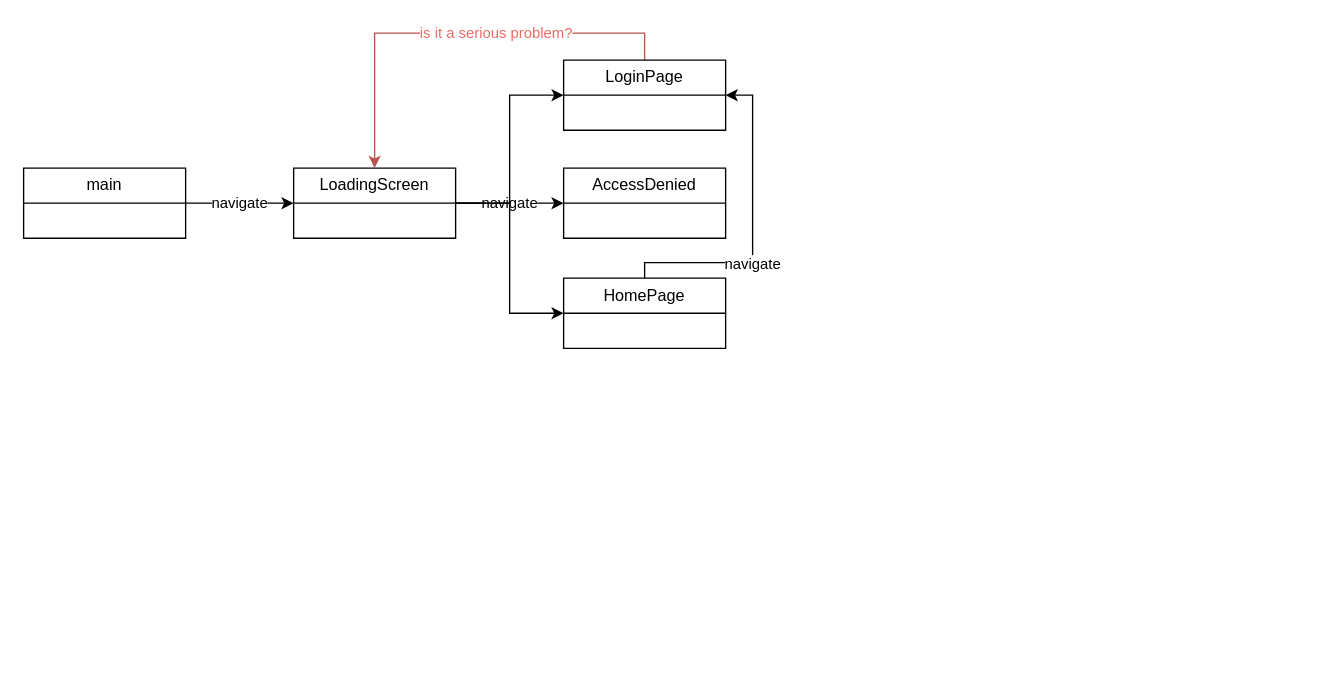
Earlier version of the draw.io diagram docs/class_diagram.drawio (JD1411GH/nitya_seva). Source tidied: cells renumbered, new cells numbered last; positions are measured from the earlier drawing's top-left corner, leaving out a move shared by most shapes. Both pictures are drawn from the tidied source at 135%, with x=0, y=0 at pixel (23, 59).
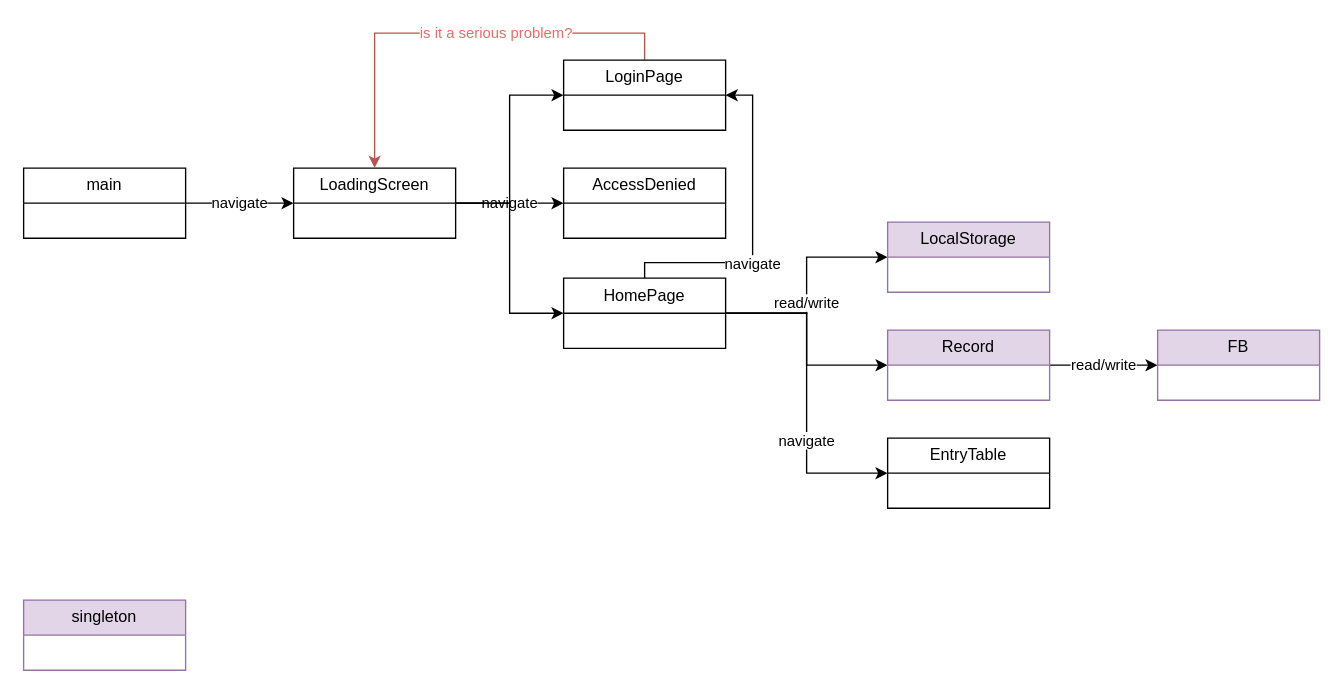
After the change.

The change refers to these unchanged cells:
```xml
<mxCell id="12" value="HomePage" style="swimlane;fontStyle=0;horizontal=1;startSize=26;fillColor=none;whiteSpace=wrap;html=1;" parent="1" vertex="1">
  <mxGeometry x="400" y="161.5" width="120" height="52" as="geometry" />
</mxCell>
```

Change to the diagram source:
```diff
@@
+    <mxCell id="13" value="read/write" style="edgeStyle=orthogonalEdgeStyle;rounded=0;jettySize=auto;html=1;exitX=1;exitY=0.5;exitDx=0;exitDy=0;entryX=0;entryY=0.5;entryDx=0;entryDy=0;" parent="1" edge="1" source="12" target="16">
+      <mxGeometry x="-0.16" relative="1" as="geometry" />
+    </mxCell>
+    <mxCell id="14" style="edgeStyle=orthogonalEdgeStyle;rounded=0;jettySize=auto;html=1;exitX=1;exitY=0.5;exitDx=0;exitDy=0;entryX=0;entryY=0.5;entryDx=0;entryDy=0;" parent="1" edge="1" source="12" target="18">
+      <mxGeometry relative="1" as="geometry" />
+    </mxCell>
+    <mxCell id="15" value="navigate" style="edgeStyle=orthogonalEdgeStyle;rounded=0;jettySize=auto;html=1;exitX=1;exitY=0.5;exitDx=0;exitDy=0;entryX=0;entryY=0.5;entryDx=0;entryDy=0;" parent="1" edge="1" source="12" target="19">
+      <mxGeometry x="0.28" relative="1" as="geometry">
+        <mxPoint y="1" as="offset" />
+      </mxGeometry>
+    </mxCell>
@@
+    <mxCell id="16" value="LocalStorage" style="swimlane;fontStyle=0;horizontal=1;startSize=26;fillColor=#e1d5e7;whiteSpace=wrap;html=1;strokeColor=#9673a6;" parent="1" vertex="1">
+      <mxGeometry x="640" y="120" width="120" height="52" as="geometry" />
+    </mxCell>
+    <mxCell id="17" value="read/write" style="edgeStyle=orthogonalEdgeStyle;rounded=0;jettySize=auto;html=1;exitX=1;exitY=0.5;exitDx=0;exitDy=0;entryX=0;entryY=0.5;entryDx=0;entryDy=0;" parent="1" edge="1" source="18" target="21">
+      <mxGeometry relative="1" as="geometry" />
+    </mxCell>
+    <mxCell id="18" value="Record" style="swimlane;fontStyle=0;horizontal=1;startSize=26;fillColor=#e1d5e7;whiteSpace=wrap;html=1;strokeColor=#9673a6;" parent="1" vertex="1">
+      <mxGeometry x="640" y="200" width="120" height="52" as="geometry" />
+    </mxCell>
+    <mxCell id="19" value="EntryTable" style="swimlane;fontStyle=0;horizontal=1;startSize=26;fillColor=none;whiteSpace=wrap;html=1;" parent="1" vertex="1">
+      <mxGeometry x="640" y="280" width="120" height="52" as="geometry" />
+    </mxCell>
+    <mxCell id="20" value="singleton" style="swimlane;fontStyle=0;horizontal=1;startSize=26;fillColor=#e1d5e7;whiteSpace=wrap;html=1;strokeColor=#9673a6;" parent="1" vertex="1">
+      <mxGeometry y="400" width="120" height="52" as="geometry" />
+    </mxCell>
+    <mxCell id="21" value="FB" style="swimlane;fontStyle=0;horizontal=1;startSize=26;fillColor=#e1d5e7;whiteSpace=wrap;html=1;strokeColor=#9673a6;" parent="1" vertex="1">
+      <mxGeometry x="840" y="200" width="120" height="52" as="geometry" />
+    </mxCell>
```
